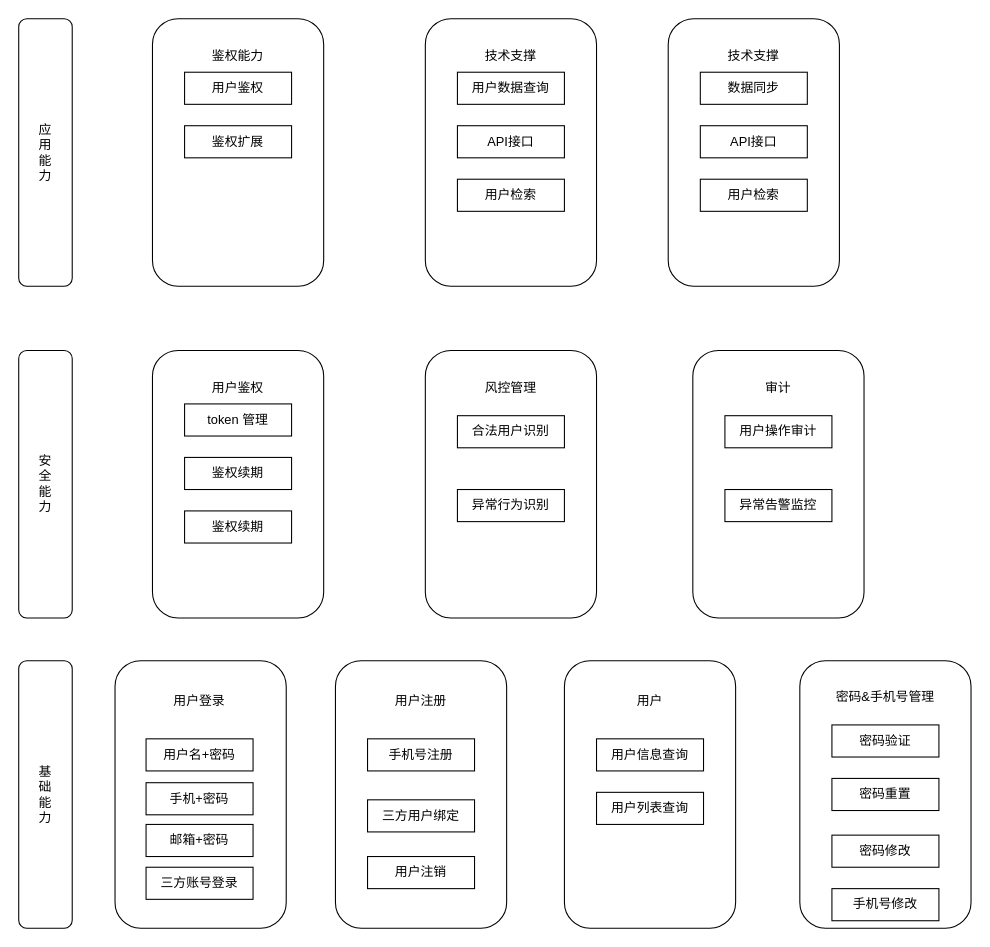
Before: 用户中心架构图.drawio in ysujn/space, a draw.io diagram. Source tidied: cells renumbered, new cells numbered last; positions are measured from the earlier drawing's top-left corner, leaving out a move shared by most shapes. Both pictures are drawn from the tidied source at 107%, with x=0, y=0 at pixel (18, 18).
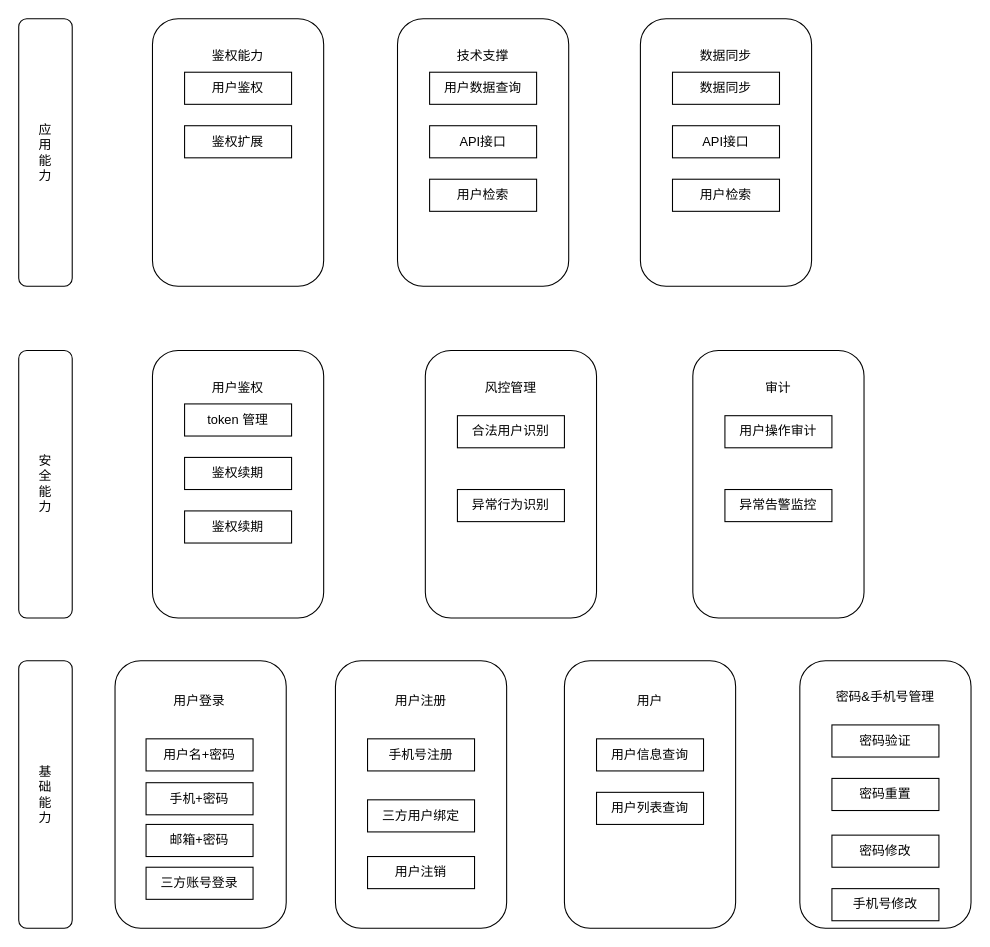
The same page after the edit.

Commit message:
更新用户中心架构图.drawio

What changed in the source:
```diff
@@
     <mxCell id="43" style="rounded=1;whiteSpace=wrap;html=1;" parent="1" vertex="1">
-      <mxGeometry x="380" width="160" height="250" as="geometry" />
+      <mxGeometry x="354" width="160" height="250" as="geometry" />
     </mxCell>
     <mxCell id="44" value="技术支撑" style="rounded=0;whiteSpace=wrap;html=1;strokeColor=#ffffff;" parent="1" vertex="1">
-      <mxGeometry x="410" y="20" width="100" height="30" as="geometry" />
+      <mxGeometry x="384" y="20" width="100" height="30" as="geometry" />
     </mxCell>
     <mxCell id="45" value="用户数据查询" style="rounded=0;whiteSpace=wrap;html=1;" parent="1" vertex="1">
-      <mxGeometry x="410" y="50" width="100" height="30" as="geometry" />
+      <mxGeometry x="384" y="50" width="100" height="30" as="geometry" />
     </mxCell>
     <mxCell id="46" value="API接口" style="rounded=0;whiteSpace=wrap;html=1;" parent="1" vertex="1">
-      <mxGeometry x="410" y="100" width="100" height="30" as="geometry" />
+      <mxGeometry x="384" y="100" width="100" height="30" as="geometry" />
     </mxCell>
     <mxCell id="47" value="用户检索" style="rounded=0;whiteSpace=wrap;html=1;" parent="1" vertex="1">
-      <mxGeometry x="410" y="150" width="100" height="30" as="geometry" />
+      <mxGeometry x="384" y="150" width="100" height="30" as="geometry" />
     </mxCell>
     <mxCell id="48" style="rounded=1;whiteSpace=wrap;html=1;" parent="1" vertex="1">
-      <mxGeometry x="607" width="160" height="250" as="geometry" />
+      <mxGeometry x="581" width="160" height="250" as="geometry" />
     </mxCell>
-    <mxCell id="49" value="技术支撑" style="rounded=0;whiteSpace=wrap;html=1;strokeColor=#ffffff;" parent="1" vertex="1">
-      <mxGeometry x="637" y="20" width="100" height="30" as="geometry" />
+    <mxCell id="49" value="数据同步" style="rounded=0;whiteSpace=wrap;html=1;strokeColor=#ffffff;" parent="1" vertex="1">
+      <mxGeometry x="611" y="20" width="100" height="30" as="geometry" />
     </mxCell>
     <mxCell id="50" value="数据同步" style="rounded=0;whiteSpace=wrap;html=1;" parent="1" vertex="1">
-      <mxGeometry x="637" y="50" width="100" height="30" as="geometry" />
+      <mxGeometry x="611" y="50" width="100" height="30" as="geometry" />
     </mxCell>
     <mxCell id="51" value="API接口" style="rounded=0;whiteSpace=wrap;html=1;" parent="1" vertex="1">
-      <mxGeometry x="637" y="100" width="100" height="30" as="geometry" />
+      <mxGeometry x="611" y="100" width="100" height="30" as="geometry" />
     </mxCell>
     <mxCell id="52" value="用户检索" style="rounded=0;whiteSpace=wrap;html=1;" parent="1" vertex="1">
-      <mxGeometry x="637" y="150" width="100" height="30" as="geometry" />
+      <mxGeometry x="611" y="150" width="100" height="30" as="geometry" />
     </mxCell>
```
